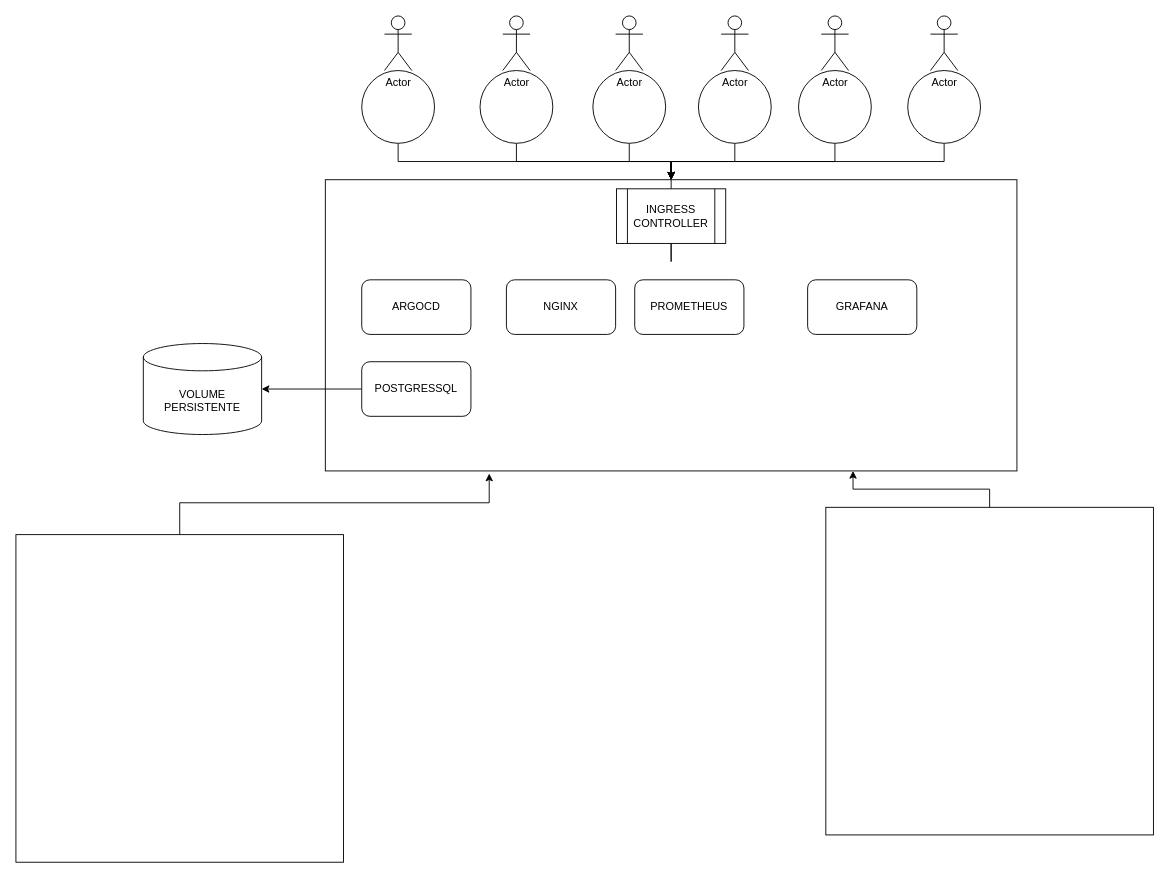
This is Diagrama sem nome.drawio from bspfigueiredo/DRAW, a draw.io file, before an edit. Source tidied: cells renumbered, new cells numbered last; positions are measured from the earlier drawing's top-left corner, leaving out a move shared by most shapes. Both pictures are drawn from the tidied source at 91%, with x=0, y=0 at pixel (15, 15).
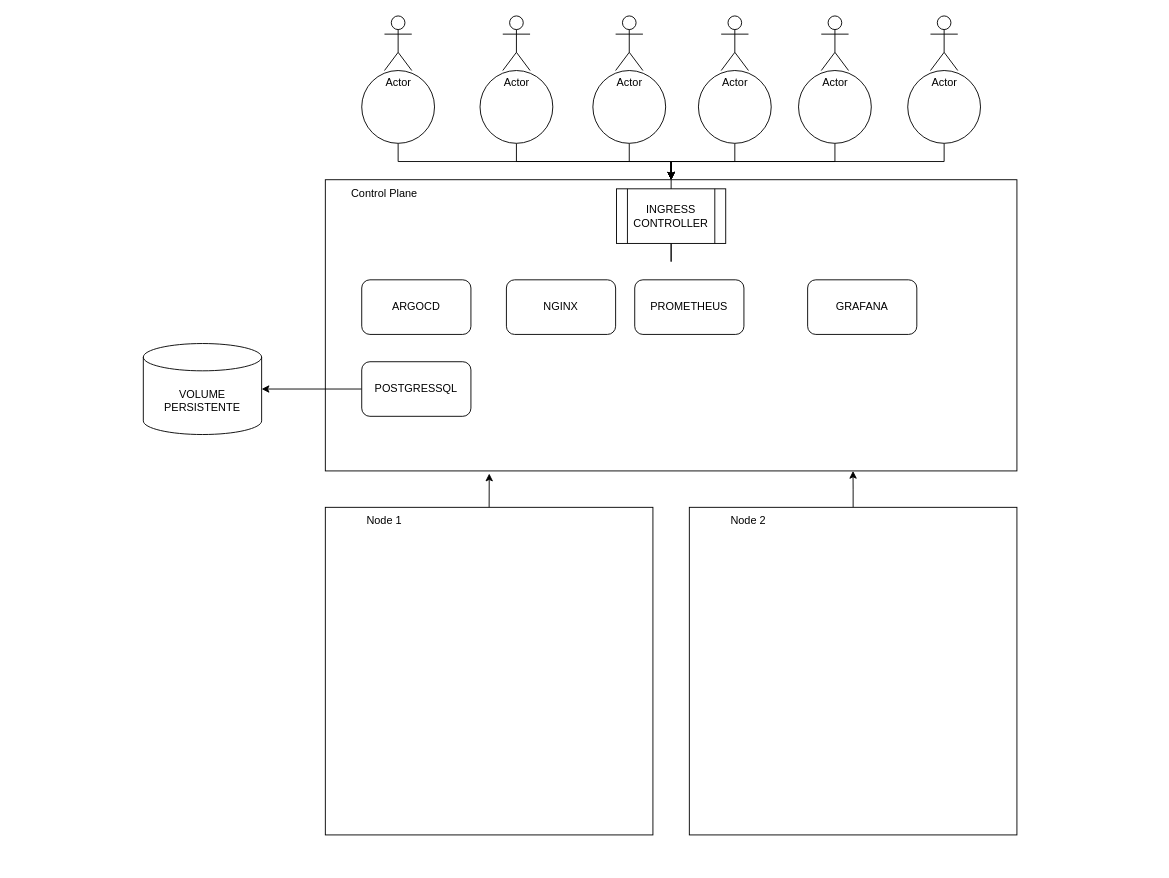
The same page after the edit.

Diff of the diagram source:
```diff
@@
+    <mxCell id="34" style="group;" parent="1" vertex="1">
+      <mxGeometry x="340" y="180" width="760" height="320" as="geometry" />
+    </mxCell>
+    <mxCell id="4" style="rounded=0;whiteSpace=wrap;html=1;" parent="34" vertex="1">
+      <mxGeometry width="760" height="320" as="geometry" />
+    </mxCell>
+    <mxCell id="35" value="Control Plane" style="text;html=1;strokeColor=none;fillColor=none;align=center;verticalAlign=middle;whiteSpace=wrap;rounded=0;" parent="34" vertex="1">
+      <mxGeometry width="130" height="30" as="geometry" />
+    </mxCell>
@@
-    <mxCell id="3" style="whiteSpace=wrap;html=1;" parent="1" vertex="1">
-      <mxGeometry y="570" width="360" height="360" as="geometry" />
-    </mxCell>
-    <mxCell id="4" style="rounded=0;whiteSpace=wrap;html=1;" parent="1" vertex="1">
-      <mxGeometry x="340" y="180" width="760" height="320" as="geometry" />
-    </mxCell>
@@
-    <mxCell id="6" style="whiteSpace=wrap;html=1;" parent="1" vertex="1">
-      <mxGeometry x="890" y="540" width="360" height="360" as="geometry" />
-    </mxCell>
@@
+    <mxCell id="36" style="group;" parent="1" vertex="1">
+      <mxGeometry x="740" y="540" width="360" height="360" as="geometry" />
+    </mxCell>
+    <mxCell id="6" style="whiteSpace=wrap;html=1;" parent="36" vertex="1">
+      <mxGeometry width="360" height="360" as="geometry" />
+    </mxCell>
+    <mxCell id="37" value="Node 2" style="text;html=1;strokeColor=none;fillColor=none;align=center;verticalAlign=middle;whiteSpace=wrap;rounded=0;" parent="36" vertex="1">
+      <mxGeometry width="130" height="30" as="geometry" />
+    </mxCell>
+    <mxCell id="38" style="group;" parent="1" vertex="1">
+      <mxGeometry x="340" y="540" width="360" height="360" as="geometry" />
+    </mxCell>
+    <mxCell id="3" style="whiteSpace=wrap;html=1;" parent="38" vertex="1">
+      <mxGeometry width="360" height="360" as="geometry" />
+    </mxCell>
+    <mxCell id="39" value="Node 1" style="text;html=1;strokeColor=none;fillColor=none;align=center;verticalAlign=middle;whiteSpace=wrap;rounded=0;" parent="38" vertex="1">
+      <mxGeometry width="130" height="30" as="geometry" />
+    </mxCell>
```
